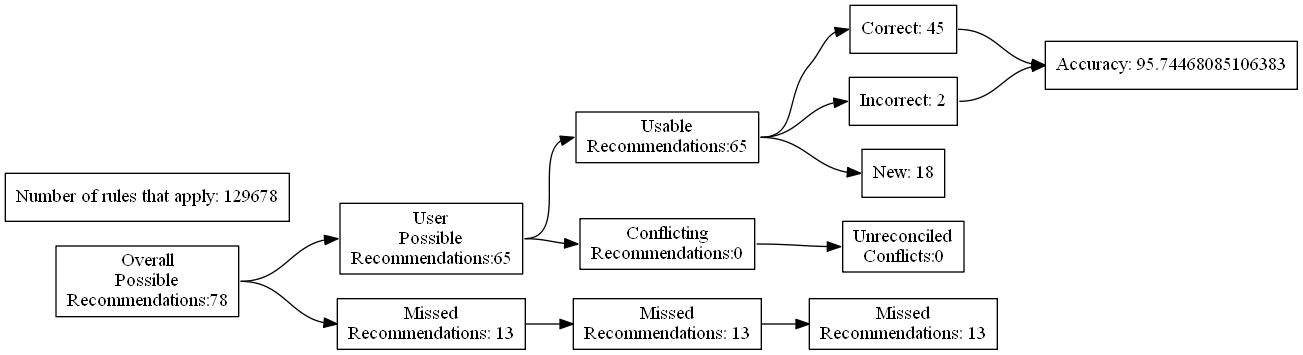
Before: test_renders/94.gv.png, a diagram exported from Graphviz (ZaxR/ibd_diet_analysis). Its source is kept beside it as test_renders/94.gv.
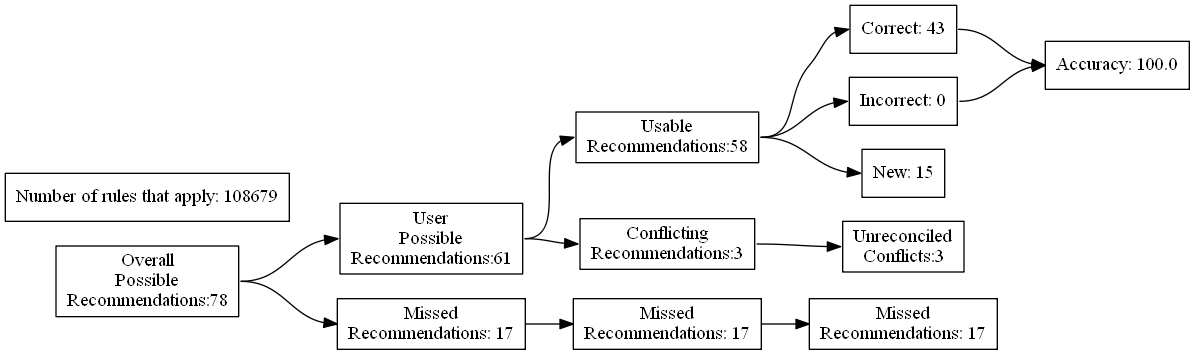
The same file after the commit.

Diff of the diagram source:
```diff
@@ -7,24 +7,24 @@
 Recommendations:78"]
 		B [label="User
 Possible
-Recommendations:65"]
+Recommendations:61"]
 		C [label="Missed
-Recommendations: 13"]
+Recommendations: 17"]
 		D [label="Usable
-Recommendations:65"]
+Recommendations:58"]
 		E [label="Conflicting
-Recommendations:0"]
+Recommendations:3"]
 		J [label="Missed
-Recommendations: 13"]
+Recommendations: 17"]
 		M [label="Unreconciled
-Conflicts:0"]
-		F [label="Correct: 45"]
-		G [label="Incorrect: 2"]
-		H [label="New: 18"]
+Conflicts:3"]
+		F [label="Correct: 43"]
+		G [label="Incorrect: 0"]
+		H [label="New: 15"]
 		K [label="Missed
-Recommendations: 13"]
-		I [label="Accuracy: 95.74468085106383"]
-		l [label="Number of rules that apply: 129678"]
+Recommendations: 17"]
+		I [label="Accuracy: 100.0"]
+		l [label="Number of rules that apply: 108679"]
 			A -> B
 			A -> C
 			B -> D
```
